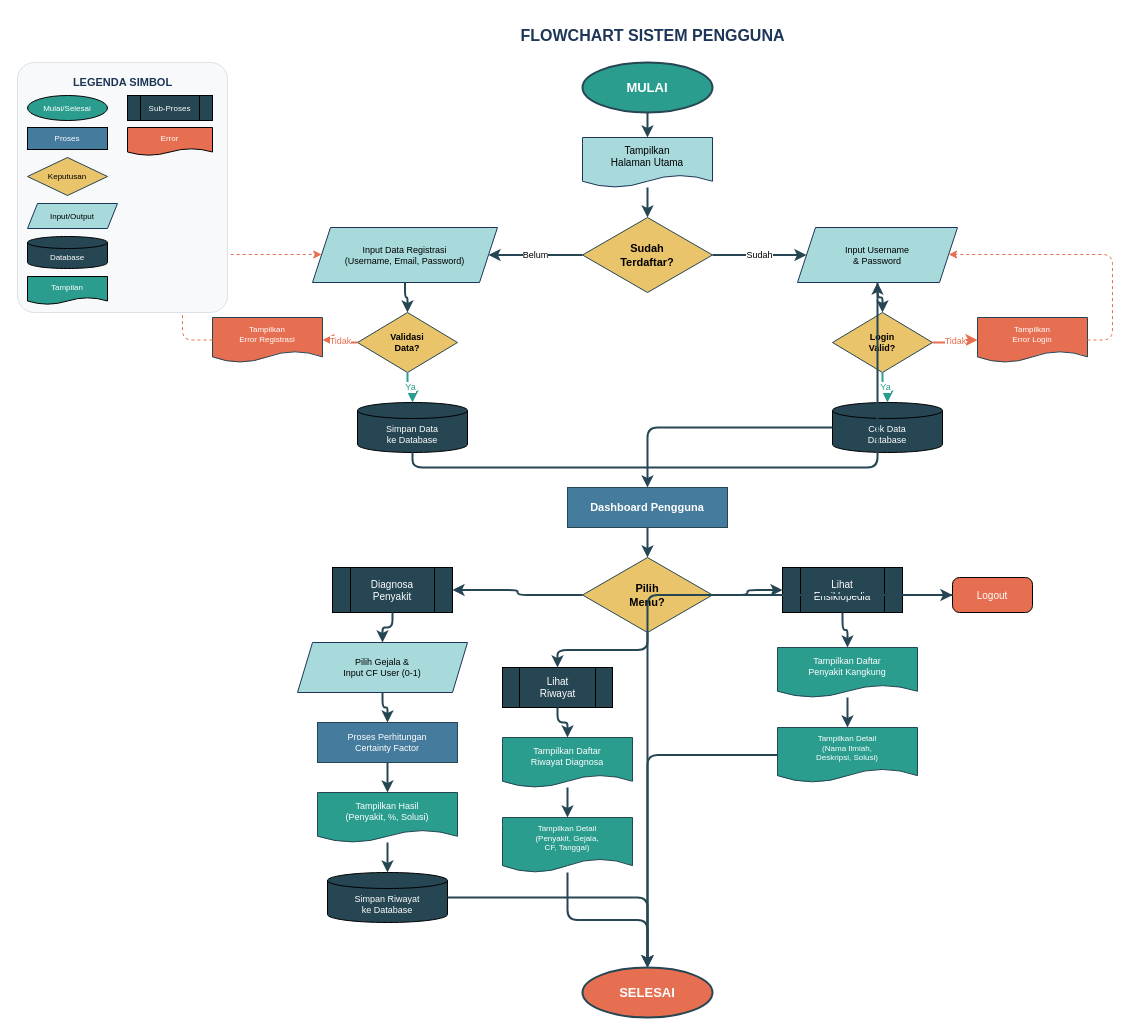
RajaSunrise/kangkungku keeps this draw.io diagram as diagram/flowchart/03-flowchart-pengguna.drawio. Above is the earlier version. Source tidied: cells renumbered, new cells numbered last; positions are measured from the earlier drawing's top-left corner, leaving out a move shared by most shapes. Both pictures are drawn from the tidied source at 100%, with x=0, y=0 at pixel (17, 17).
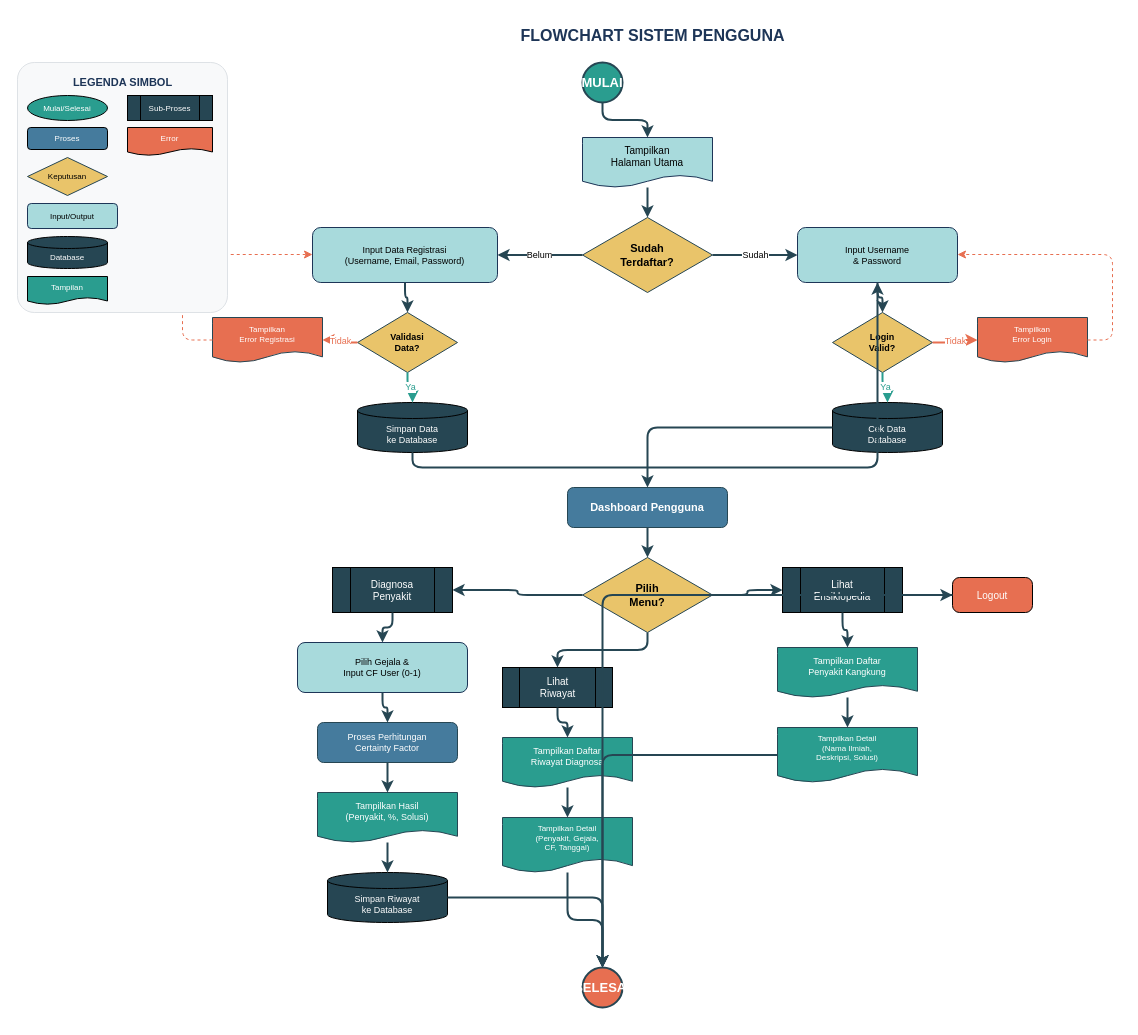
The same page after the edit.

Change to the diagram source:
```diff
@@
     <mxCell id="3" value="MULAI" style="ellipse;whiteSpace=wrap;html=1;fillColor=#2A9D8F;fontColor=#FFFFFF;fontStyle=1;fontSize=13;strokeColor=#264653;strokeWidth=2;" parent="1" vertex="1">
-      <mxGeometry x="565" y="45" width="130" height="50" as="geometry" />
+      <mxGeometry x="565" y="45" width="40" height="40" as="geometry" />
     </mxCell>
@@
-    <mxCell id="6" value="Input Data Registrasi&#10;(Username, Email, Password)" style="shape=parallelogram;perimeter=parallelogramPerimeter;whiteSpace=wrap;html=1;fixedSize=1;fillColor=#A8DADC;fontSize=9;strokeColor=#1D3557;size=18;" parent="1" vertex="1">
+    <mxCell id="6" value="Input Data Registrasi&#10;(Username, Email, Password)" style="rounded=1;whiteSpace=wrap;html=1;fixedSize=1;fillColor=#A8DADC;fontSize=9;strokeColor=#1D3557;size=18;" parent="1" vertex="1">
       <mxGeometry x="295" y="210" width="185" height="55" as="geometry" />
     </mxCell>
@@
-    <mxCell id="10" value="Input Username&#10;&amp; Password" style="shape=parallelogram;perimeter=parallelogramPerimeter;whiteSpace=wrap;html=1;fixedSize=1;fillColor=#A8DADC;fontSize=9;strokeColor=#1D3557;size=18;" parent="1" vertex="1">
+    <mxCell id="10" value="Input Username&#10;&amp; Password" style="rounded=1;whiteSpace=wrap;html=1;fixedSize=1;fillColor=#A8DADC;fontSize=9;strokeColor=#1D3557;size=18;" parent="1" vertex="1">
       <mxGeometry x="780" y="210" width="160" height="55" as="geometry" />
     </mxCell>
@@
-    <mxCell id="14" value="Dashboard Pengguna" style="rounded=0;whiteSpace=wrap;html=1;fillColor=#457B9D;fontColor=#FFFFFF;fontSize=11;fontStyle=1;strokeColor=#264653;" parent="1" vertex="1">
+    <mxCell id="14" value="Dashboard Pengguna" style="rounded=1;whiteSpace=wrap;html=1;fillColor=#457B9D;fontColor=#FFFFFF;fontSize=11;fontStyle=1;strokeColor=#264653;" parent="1" vertex="1">
       <mxGeometry x="550" y="470" width="160" height="40" as="geometry" />
     </mxCell>
@@
-    <mxCell id="17" value="Pilih Gejala &amp;&#10;Input CF User (0-1)" style="shape=parallelogram;perimeter=parallelogramPerimeter;whiteSpace=wrap;html=1;fixedSize=1;fillColor=#A8DADC;fontSize=9;strokeColor=#1D3557;size=15;" parent="1" vertex="1">
+    <mxCell id="17" value="Pilih Gejala &amp;&#10;Input CF User (0-1)" style="rounded=1;whiteSpace=wrap;html=1;fixedSize=1;fillColor=#A8DADC;fontSize=9;strokeColor=#1D3557;size=15;" parent="1" vertex="1">
       <mxGeometry x="280" y="625" width="170" height="50" as="geometry" />
     </mxCell>
-    <mxCell id="18" value="Proses Perhitungan&#10;Certainty Factor" style="rounded=0;whiteSpace=wrap;html=1;fillColor=#457B9D;fontColor=#FFFFFF;fontSize=9;strokeColor=#264653;" parent="1" vertex="1">
+    <mxCell id="18" value="Proses Perhitungan&#10;Certainty Factor" style="rounded=1;whiteSpace=wrap;html=1;fillColor=#457B9D;fontColor=#FFFFFF;fontSize=9;strokeColor=#264653;" parent="1" vertex="1">
       <mxGeometry x="300" y="705" width="140" height="40" as="geometry" />
     </mxCell>
@@
     <mxCell id="28" value="SELESAI" style="ellipse;whiteSpace=wrap;html=1;fillColor=#E76F51;fontColor=#FFFFFF;fontStyle=1;fontSize=13;strokeColor=#264653;strokeWidth=2;" parent="1" vertex="1">
-      <mxGeometry x="565" y="950" width="130" height="50" as="geometry" />
+      <mxGeometry x="565" y="950" width="40" height="40" as="geometry" />
     </mxCell>
@@
-    <mxCell id="63" value="Proses" style="rounded=0;whiteSpace=wrap;html=1;fillColor=#457B9D;fontColor=#FFFFFF;fontSize=8;" parent="1" vertex="1">
+    <mxCell id="63" value="Proses" style="rounded=1;whiteSpace=wrap;html=1;fillColor=#457B9D;fontColor=#FFFFFF;fontSize=8;" parent="1" vertex="1">
       <mxGeometry x="10" y="110" width="80" height="22" as="geometry" />
     </mxCell>
@@
-    <mxCell id="65" value="Input/Output" style="shape=parallelogram;perimeter=parallelogramPerimeter;whiteSpace=wrap;html=1;fixedSize=1;fillColor=#A8DADC;fontSize=8;strokeColor=#1D3557;size=10;" parent="1" vertex="1">
+    <mxCell id="65" value="Input/Output" style="rounded=1;whiteSpace=wrap;html=1;fixedSize=1;fillColor=#A8DADC;fontSize=8;strokeColor=#1D3557;size=10;" parent="1" vertex="1">
       <mxGeometry x="10" y="186" width="90" height="25" as="geometry" />
     </mxCell>
```
